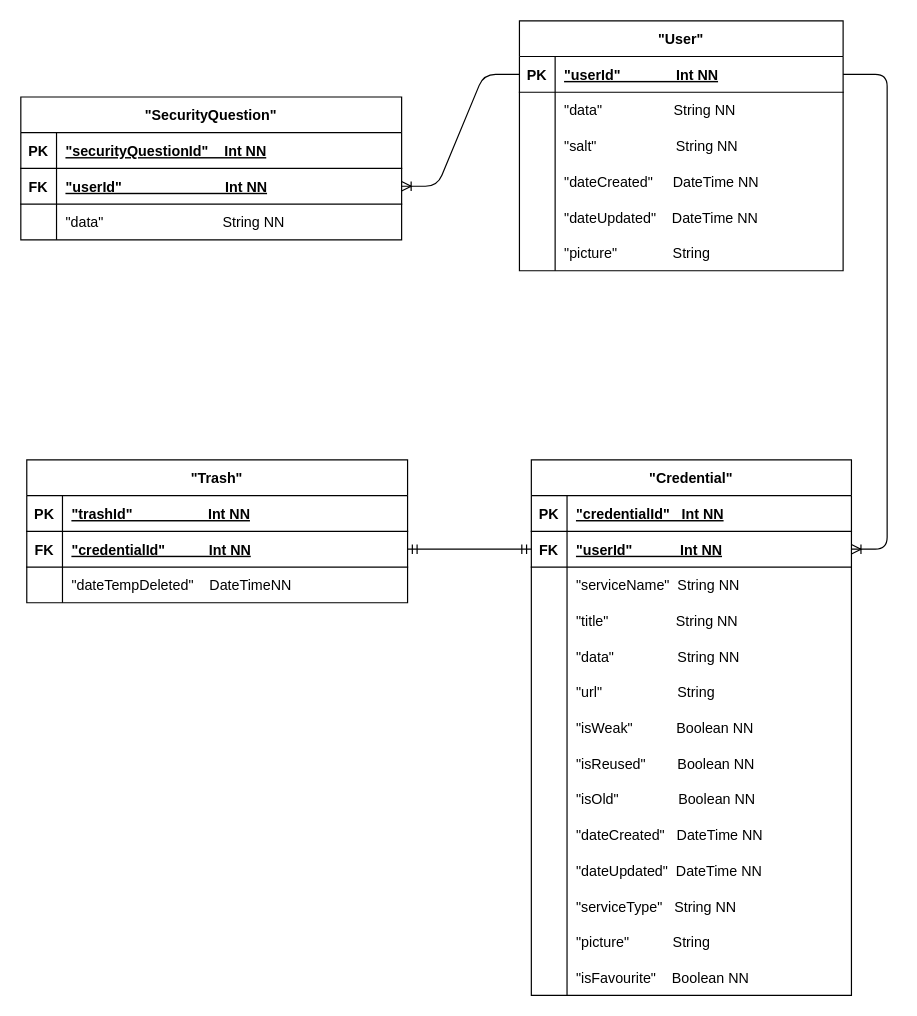
This is passguard/prisma/DB Design Model.drawio from NemesisXVll/SDPGroupRepo, a draw.io file, before an edit. Source tidied: cells renumbered, new cells numbered last; positions are measured from the earlier drawing's top-left corner, leaving out a move shared by most shapes. Both pictures are drawn from the tidied source at 119%, with x=0, y=0 at pixel (20, 20).
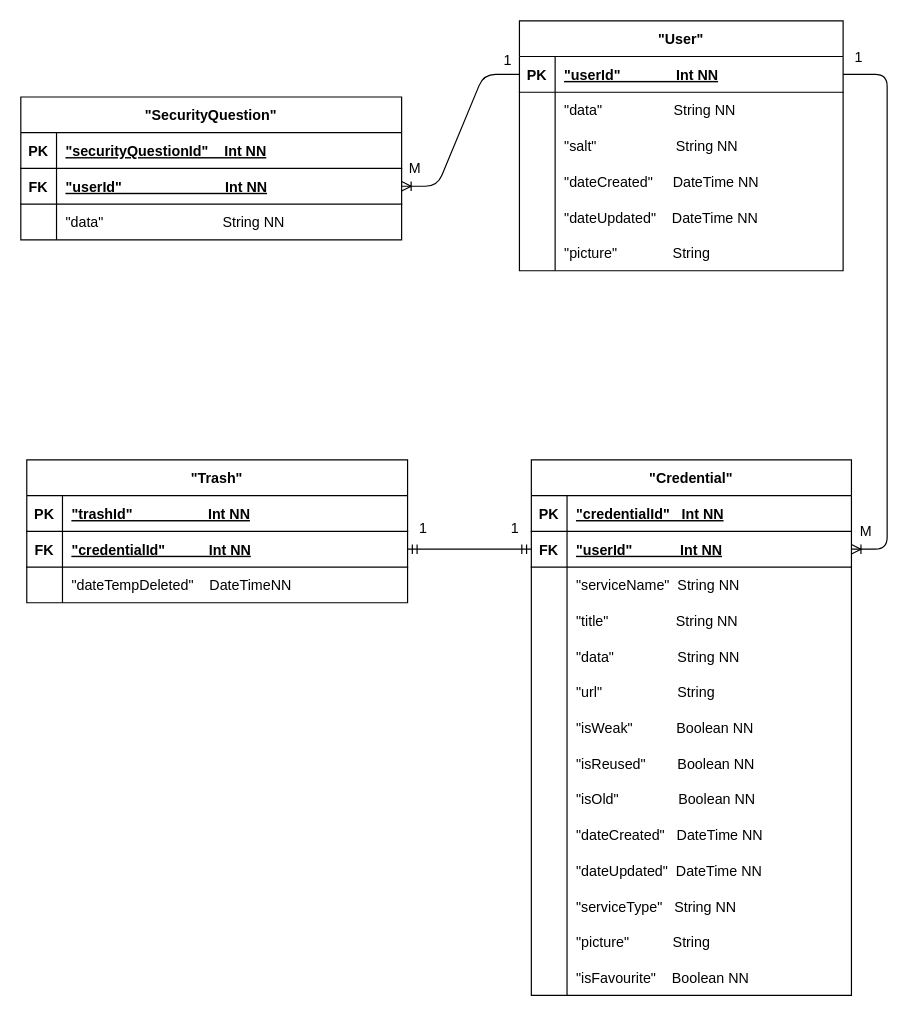
After the change.

What changed in the source:
```diff
@@
+    <mxCell id="87" value="1" style="text;html=1;align=center;verticalAlign=middle;strokeColor=none;fillColor=none;" parent="1" vertex="1">
+      <mxGeometry x="396" y="21" width="25" height="26" as="geometry" />
+    </mxCell>
+    <mxCell id="88" value="M" style="text;html=1;align=center;verticalAlign=middle;strokeColor=none;fillColor=none;" parent="1" vertex="1">
+      <mxGeometry x="317" y="111" width="28" height="26" as="geometry" />
+    </mxCell>
+    <mxCell id="89" value="1" style="text;html=1;align=center;verticalAlign=middle;strokeColor=none;fillColor=none;" parent="1" vertex="1">
+      <mxGeometry x="691" y="18" width="25" height="26" as="geometry" />
+    </mxCell>
+    <mxCell id="90" value="M" style="text;html=1;align=center;verticalAlign=middle;strokeColor=none;fillColor=none;" parent="1" vertex="1">
+      <mxGeometry x="696" y="416" width="28" height="26" as="geometry" />
+    </mxCell>
+    <mxCell id="91" value="1" style="text;html=1;align=center;verticalAlign=middle;strokeColor=none;fillColor=none;" parent="1" vertex="1">
+      <mxGeometry x="402" y="414" width="25" height="26" as="geometry" />
+    </mxCell>
+    <mxCell id="92" value="1" style="text;html=1;align=center;verticalAlign=middle;strokeColor=none;fillColor=none;" parent="1" vertex="1">
+      <mxGeometry x="325" y="414" width="25" height="26" as="geometry" />
+    </mxCell>
```
